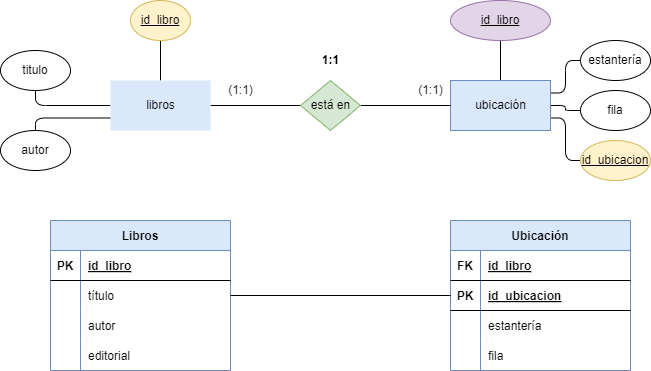
Above: tareas/Unidad-2/tarea-3/images/ejercicio1.drawio.png in aguemarrero/base-datos (draw.io), before the change. Source tidied: cells renumbered, new cells last; positions are measured from the earlier drawing's top-left corner, leaving out a move shared by most shapes. Source of this version:
```xml
<mxGraphModel>
  <root>
    <mxCell id="0" />
    <mxCell id="1" parent="0" />
    <mxCell id="2" value="Libros" style="shape=table;startSize=30;rowLines=0;fontStyle=1;align=center;rounded=0;fillColor=#dae8fc;strokeColor=#6c8ebf;" parent="1" vertex="1">
      <mxGeometry x="50" y="220" width="180" height="150" as="geometry" />
    </mxCell>
    <mxCell id="3" style="shape=tableRow;horizontal=0;startSize=0;swimlaneHead=0;swimlaneBody=0;fillColor=none;top=0;left=0;right=0;bottom=1;rounded=1;" parent="2" vertex="1">
      <mxGeometry y="30" width="180" height="30" as="geometry" />
    </mxCell>
    <mxCell id="4" value="PK" style="shape=partialRectangle;fillColor=none;top=0;left=0;bottom=0;right=0;fontStyle=1;overflow=hidden;rounded=1;" parent="3" vertex="1">
      <mxGeometry width="30" height="30" as="geometry" />
    </mxCell>
    <mxCell id="5" value="id_libro" style="shape=partialRectangle;fillColor=none;top=0;left=0;bottom=0;right=0;align=left;spacingLeft=6;fontStyle=5;overflow=hidden;rounded=1;" parent="3" vertex="1">
      <mxGeometry x="30" width="150" height="30" as="geometry" />
    </mxCell>
    <mxCell id="6" style="shape=tableRow;horizontal=0;startSize=0;swimlaneHead=0;swimlaneBody=0;fillColor=none;points=[[0,0.5],[1,0.5]];portConstraint=eastwest;top=0;left=0;right=0;bottom=0;rounded=1;" parent="2" vertex="1">
      <mxGeometry y="60" width="180" height="30" as="geometry" />
    </mxCell>
    <mxCell id="7" style="shape=partialRectangle;fillColor=none;top=0;left=0;bottom=0;right=0;overflow=hidden;rounded=1;" parent="6" vertex="1">
      <mxGeometry width="30" height="30" as="geometry" />
    </mxCell>
    <mxCell id="8" value="título" style="shape=partialRectangle;fillColor=none;top=0;left=0;bottom=0;right=0;align=left;spacingLeft=6;overflow=hidden;rounded=1;" parent="6" vertex="1">
      <mxGeometry x="30" width="150" height="30" as="geometry" />
    </mxCell>
    <mxCell id="9" style="shape=tableRow;horizontal=0;startSize=0;swimlaneHead=0;swimlaneBody=0;fillColor=none;top=0;left=0;right=0;bottom=0;rounded=1;" parent="2" vertex="1">
      <mxGeometry y="90" width="180" height="30" as="geometry" />
    </mxCell>
    <mxCell id="10" style="shape=partialRectangle;fillColor=none;top=0;left=0;bottom=0;right=0;overflow=hidden;rounded=1;" parent="9" vertex="1">
      <mxGeometry width="30" height="30" as="geometry" />
    </mxCell>
    <mxCell id="11" value="autor" style="shape=partialRectangle;fillColor=none;top=0;left=0;bottom=0;right=0;align=left;spacingLeft=6;overflow=hidden;rounded=1;" parent="9" vertex="1">
      <mxGeometry x="30" width="150" height="30" as="geometry" />
    </mxCell>
    <mxCell id="12" style="shape=tableRow;horizontal=0;startSize=0;swimlaneHead=0;swimlaneBody=0;fillColor=none;top=0;left=0;right=0;bottom=0;rounded=1;" parent="2" vertex="1">
      <mxGeometry y="120" width="180" height="30" as="geometry" />
    </mxCell>
    <mxCell id="13" style="shape=partialRectangle;fillColor=none;top=0;left=0;bottom=0;right=0;overflow=hidden;rounded=1;" parent="12" vertex="1">
      <mxGeometry width="30" height="30" as="geometry" />
    </mxCell>
    <mxCell id="14" value="editorial" style="shape=partialRectangle;fillColor=none;top=0;left=0;bottom=0;right=0;align=left;spacingLeft=6;overflow=hidden;rounded=1;" parent="12" vertex="1">
      <mxGeometry x="30" width="150" height="30" as="geometry" />
    </mxCell>
    <mxCell id="15" value="Ubicación" style="shape=table;startSize=30;rowLines=0;fontStyle=1;align=center;rounded=0;fillColor=#dae8fc;strokeColor=#6c8ebf;" parent="1" vertex="1">
      <mxGeometry x="450" y="220" width="180" height="150" as="geometry" />
    </mxCell>
    <mxCell id="16" style="shape=tableRow;horizontal=0;startSize=0;swimlaneHead=0;swimlaneBody=0;fillColor=none;top=0;left=0;right=0;bottom=1;rounded=1;" parent="15" vertex="1">
      <mxGeometry y="30" width="180" height="30" as="geometry" />
    </mxCell>
    <mxCell id="17" value="FK" style="shape=partialRectangle;fillColor=none;top=0;left=0;bottom=0;right=0;fontStyle=1;overflow=hidden;rounded=1;" parent="16" vertex="1">
      <mxGeometry width="30" height="30" as="geometry" />
    </mxCell>
    <mxCell id="18" value="id_libro" style="shape=partialRectangle;fillColor=none;top=0;left=0;bottom=0;right=0;align=left;spacingLeft=6;fontStyle=5;overflow=hidden;rounded=1;" parent="16" vertex="1">
      <mxGeometry x="30" width="150" height="30" as="geometry" />
    </mxCell>
    <mxCell id="19" style="shape=tableRow;horizontal=0;startSize=0;swimlaneHead=0;swimlaneBody=0;fillColor=none;points=[[0,0.5],[1,0.5]];portConstraint=eastwest;top=0;left=0;right=0;bottom=1;rounded=1;" parent="15" vertex="1">
      <mxGeometry y="60" width="180" height="30" as="geometry" />
    </mxCell>
    <mxCell id="20" value="PK" style="shape=partialRectangle;fillColor=none;top=0;left=0;bottom=0;right=0;fontStyle=1;overflow=hidden;rounded=1;" parent="19" vertex="1">
      <mxGeometry width="30" height="30" as="geometry" />
    </mxCell>
    <mxCell id="21" value="id_ubicacion" style="shape=partialRectangle;fillColor=none;top=0;left=0;bottom=0;right=0;align=left;spacingLeft=6;fontStyle=5;overflow=hidden;rounded=1;" parent="19" vertex="1">
      <mxGeometry x="30" width="150" height="30" as="geometry" />
    </mxCell>
    <mxCell id="22" style="shape=tableRow;horizontal=0;startSize=0;swimlaneHead=0;swimlaneBody=0;fillColor=none;top=0;left=0;right=0;bottom=0;rounded=1;" parent="15" vertex="1">
      <mxGeometry y="90" width="180" height="30" as="geometry" />
    </mxCell>
    <mxCell id="23" style="shape=partialRectangle;fillColor=none;top=0;left=0;bottom=0;right=0;overflow=hidden;rounded=1;" parent="22" vertex="1">
      <mxGeometry width="30" height="30" as="geometry" />
    </mxCell>
    <mxCell id="24" value="estantería" style="shape=partialRectangle;fillColor=none;top=0;left=0;bottom=0;right=0;align=left;spacingLeft=6;overflow=hidden;rounded=1;" parent="22" vertex="1">
      <mxGeometry x="30" width="150" height="30" as="geometry" />
    </mxCell>
    <mxCell id="25" style="shape=tableRow;horizontal=0;startSize=0;swimlaneHead=0;swimlaneBody=0;fillColor=none;top=0;left=0;right=0;bottom=0;rounded=1;" parent="15" vertex="1">
      <mxGeometry y="120" width="180" height="30" as="geometry" />
    </mxCell>
    <mxCell id="26" style="shape=partialRectangle;fillColor=none;top=0;left=0;bottom=0;right=0;overflow=hidden;rounded=1;" parent="25" vertex="1">
      <mxGeometry width="30" height="30" as="geometry" />
    </mxCell>
    <mxCell id="27" value="fila" style="shape=partialRectangle;fillColor=none;top=0;left=0;bottom=0;right=0;align=left;spacingLeft=6;overflow=hidden;rounded=1;" parent="25" vertex="1">
      <mxGeometry x="30" width="150" height="30" as="geometry" />
    </mxCell>
    <mxCell id="28" style="edgeStyle=none;html=1;exitX=0.5;exitY=0;exitDx=0;exitDy=0;entryX=0.5;entryY=1;entryDx=0;entryDy=0;endArrow=none;endFill=0;" parent="1" edge="1" source="32" target="33">
      <mxGeometry relative="1" as="geometry" />
    </mxCell>
    <mxCell id="29" style="edgeStyle=orthogonalEdgeStyle;html=1;exitX=0;exitY=0.5;exitDx=0;exitDy=0;entryX=0.5;entryY=1;entryDx=0;entryDy=0;endArrow=none;endFill=0;rounded=1;" parent="1" edge="1" source="32" target="34">
      <mxGeometry relative="1" as="geometry" />
    </mxCell>
    <mxCell id="30" style="edgeStyle=orthogonalEdgeStyle;html=1;exitX=0;exitY=0.75;exitDx=0;exitDy=0;entryX=0.5;entryY=0;entryDx=0;entryDy=0;endArrow=none;endFill=0;rounded=1;" parent="1" edge="1" source="32" target="35">
      <mxGeometry relative="1" as="geometry" />
    </mxCell>
    <mxCell id="31" style="edgeStyle=orthogonalEdgeStyle;html=1;exitX=1;exitY=0.5;exitDx=0;exitDy=0;entryX=0;entryY=0.5;entryDx=0;entryDy=0;endArrow=none;endFill=0;" parent="1" edge="1" source="32" target="44">
      <mxGeometry relative="1" as="geometry" />
    </mxCell>
    <mxCell id="32" value="libros" style="html=1;dashed=0;whitespace=wrap;fillColor=#dae8fc;strokeColor=none;rounded=0;" parent="1" vertex="1">
      <mxGeometry x="110" y="80" width="100" height="50" as="geometry" />
    </mxCell>
    <mxCell id="33" value="id_libro" style="ellipse;whiteSpace=wrap;html=1;align=center;fontStyle=4;fillColor=#fff2cc;strokeColor=#d6b656;rounded=1;" parent="1" vertex="1">
      <mxGeometry x="130" width="60" height="40" as="geometry" />
    </mxCell>
    <mxCell id="34" value="titulo" style="ellipse;whiteSpace=wrap;html=1;align=center;rounded=1;" parent="1" vertex="1">
      <mxGeometry y="50" width="70" height="40" as="geometry" />
    </mxCell>
    <mxCell id="35" value="autor" style="ellipse;whiteSpace=wrap;html=1;align=center;rounded=1;" parent="1" vertex="1">
      <mxGeometry y="130" width="70" height="40" as="geometry" />
    </mxCell>
    <mxCell id="36" style="edgeStyle=orthogonalEdgeStyle;html=1;exitX=1;exitY=0.5;exitDx=0;exitDy=0;endArrow=none;endFill=0;entryX=0;entryY=0.5;entryDx=0;entryDy=0;rounded=0;" parent="1" edge="1" source="6" target="19">
      <mxGeometry relative="1" as="geometry" />
    </mxCell>
    <mxCell id="37" style="edgeStyle=orthogonalEdgeStyle;html=1;exitX=0.5;exitY=0;exitDx=0;exitDy=0;endArrow=none;endFill=0;" parent="1" edge="1" source="41" target="42">
      <mxGeometry relative="1" as="geometry" />
    </mxCell>
    <mxCell id="38" style="edgeStyle=orthogonalEdgeStyle;html=1;exitX=1;exitY=0.25;exitDx=0;exitDy=0;entryX=0;entryY=0.5;entryDx=0;entryDy=0;endArrow=none;endFill=0;strokeColor=default;rounded=1;" parent="1" edge="1" source="41" target="48">
      <mxGeometry relative="1" as="geometry" />
    </mxCell>
    <mxCell id="39" style="edgeStyle=orthogonalEdgeStyle;html=1;exitX=1;exitY=0.5;exitDx=0;exitDy=0;entryX=0;entryY=0.5;entryDx=0;entryDy=0;endArrow=none;endFill=0;rounded=1;" parent="1" edge="1" source="41" target="49">
      <mxGeometry relative="1" as="geometry" />
    </mxCell>
    <mxCell id="40" style="edgeStyle=orthogonalEdgeStyle;html=1;exitX=1;exitY=0.75;exitDx=0;exitDy=0;entryX=0;entryY=0.5;entryDx=0;entryDy=0;endArrow=none;endFill=0;rounded=1;" parent="1" edge="1" source="41" target="50">
      <mxGeometry relative="1" as="geometry" />
    </mxCell>
    <mxCell id="41" value="ubicación" style="html=1;dashed=0;whitespace=wrap;fillColor=#dae8fc;strokeColor=#6c8ebf;rounded=0;" parent="1" vertex="1">
      <mxGeometry x="450" y="80" width="100" height="50" as="geometry" />
    </mxCell>
    <mxCell id="42" value="id_libro" style="ellipse;whiteSpace=wrap;html=1;align=center;fontStyle=4;fillColor=#e1d5e7;strokeColor=#9673a6;rounded=1;" parent="1" vertex="1">
      <mxGeometry x="450" width="100" height="40" as="geometry" />
    </mxCell>
    <mxCell id="43" style="edgeStyle=orthogonalEdgeStyle;html=1;exitX=1;exitY=0.5;exitDx=0;exitDy=0;entryX=0;entryY=0.5;entryDx=0;entryDy=0;endArrow=none;endFill=0;" parent="1" edge="1" source="44" target="41">
      <mxGeometry relative="1" as="geometry" />
    </mxCell>
    <mxCell id="44" value="está en" style="shape=rhombus;html=1;dashed=0;whitespace=wrap;perimeter=rhombusPerimeter;fillColor=#d5e8d4;strokeColor=#82b366;rounded=0;" parent="1" vertex="1">
      <mxGeometry x="300" y="80" width="60" height="50" as="geometry" />
    </mxCell>
    <mxCell id="45" value="(1:1)" style="text;html=1;align=center;verticalAlign=middle;strokeColor=none;fillColor=none;rounded=1;" parent="1" vertex="1">
      <mxGeometry x="405" y="75" width="50" height="30" as="geometry" />
    </mxCell>
    <mxCell id="46" value="(1:1)" style="text;html=1;align=center;verticalAlign=middle;strokeColor=none;fillColor=none;rounded=1;" parent="1" vertex="1">
      <mxGeometry x="215" y="75" width="50" height="30" as="geometry" />
    </mxCell>
    <mxCell id="47" value="&lt;b&gt;1:1&lt;/b&gt;" style="text;html=1;align=center;verticalAlign=middle;strokeColor=none;fillColor=none;rounded=1;" parent="1" vertex="1">
      <mxGeometry x="310" y="45" width="40" height="30" as="geometry" />
    </mxCell>
    <mxCell id="48" value="estantería" style="ellipse;whiteSpace=wrap;html=1;align=center;rounded=1;" parent="1" vertex="1">
      <mxGeometry x="580" y="40" width="70" height="40" as="geometry" />
    </mxCell>
    <mxCell id="49" value="fila" style="ellipse;whiteSpace=wrap;html=1;align=center;rounded=1;" parent="1" vertex="1">
      <mxGeometry x="580" y="90" width="70" height="40" as="geometry" />
    </mxCell>
    <mxCell id="50" value="id_ubicacion" style="ellipse;whiteSpace=wrap;html=1;align=center;fontStyle=4;fillColor=#fff2cc;strokeColor=#d6b656;rounded=1;" parent="1" vertex="1">
      <mxGeometry x="580" y="140" width="70" height="40" as="geometry" />
    </mxCell>
  </root>
</mxGraphModel>
```
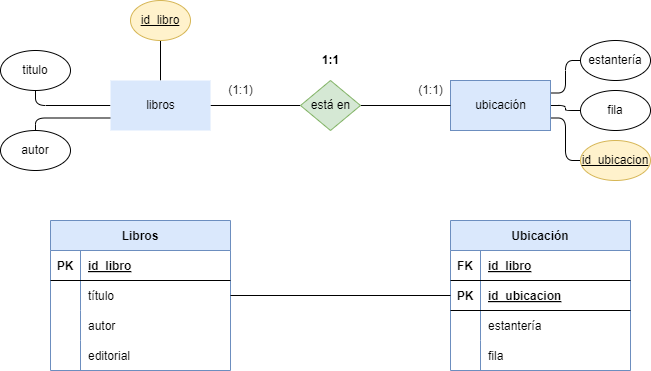
After the change.

The edit, as a diff of the source:
```diff
@@ -107,9 +107,6 @@
     <mxCell id="36" style="edgeStyle=orthogonalEdgeStyle;html=1;exitX=1;exitY=0.5;exitDx=0;exitDy=0;endArrow=none;endFill=0;entryX=0;entryY=0.5;entryDx=0;entryDy=0;rounded=0;" parent="1" edge="1" source="6" target="19">
       <mxGeometry relative="1" as="geometry" />
     </mxCell>
-    <mxCell id="37" style="edgeStyle=orthogonalEdgeStyle;html=1;exitX=0.5;exitY=0;exitDx=0;exitDy=0;endArrow=none;endFill=0;" parent="1" edge="1" source="41" target="42">
-      <mxGeometry relative="1" as="geometry" />
-    </mxCell>
     <mxCell id="38" style="edgeStyle=orthogonalEdgeStyle;html=1;exitX=1;exitY=0.25;exitDx=0;exitDy=0;entryX=0;entryY=0.5;entryDx=0;entryDy=0;endArrow=none;endFill=0;strokeColor=default;rounded=1;" parent="1" edge="1" source="41" target="48">
       <mxGeometry relative="1" as="geometry" />
     </mxCell>
@@ -122,9 +119,6 @@
     <mxCell id="41" value="ubicación" style="html=1;dashed=0;whitespace=wrap;fillColor=#dae8fc;strokeColor=#6c8ebf;rounded=0;" parent="1" vertex="1">
       <mxGeometry x="450" y="80" width="100" height="50" as="geometry" />
     </mxCell>
-    <mxCell id="42" value="id_libro" style="ellipse;whiteSpace=wrap;html=1;align=center;fontStyle=4;fillColor=#e1d5e7;strokeColor=#9673a6;rounded=1;" parent="1" vertex="1">
-      <mxGeometry x="450" width="100" height="40" as="geometry" />
-    </mxCell>
     <mxCell id="43" style="edgeStyle=orthogonalEdgeStyle;html=1;exitX=1;exitY=0.5;exitDx=0;exitDy=0;entryX=0;entryY=0.5;entryDx=0;entryDy=0;endArrow=none;endFill=0;" parent="1" edge="1" source="44" target="41">
       <mxGeometry relative="1" as="geometry" />
     </mxCell>
```
